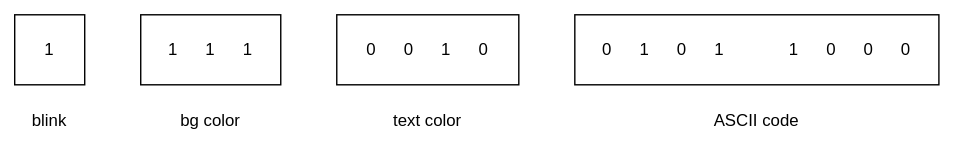
Above: docs/images/vga-text-layout.svg in aarav-anish/ritamOS (draw.io), before the change. Source tidied: cells renumbered, new cells last; positions are measured from the earlier drawing's top-left corner, leaving out a move shared by most shapes.
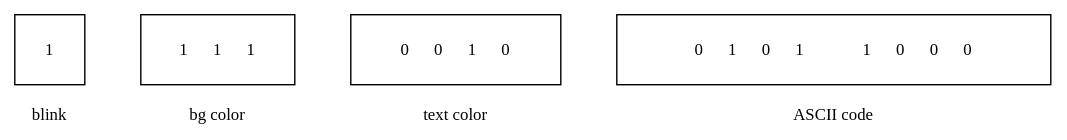
Above is the later version.

Change to the diagram source:
```diff
@@ -2,29 +2,29 @@
   <root>
     <mxCell id="0" />
     <mxCell id="1" parent="0" />
-    <mxCell id="2" value="1" style="whiteSpace=wrap;html=1;" parent="1" vertex="1">
+    <mxCell id="2" value="1" style="whiteSpace=wrap;html=1;fontFamily=Verdana;" parent="1" vertex="1">
       <mxGeometry width="50" height="50" as="geometry" />
     </mxCell>
-    <mxCell id="3" value="1&lt;span style=&quot;white-space: pre;&quot;&gt;&#9;&lt;/span&gt;1&lt;span style=&quot;white-space: pre;&quot;&gt;&#9;&lt;/span&gt;1" style="rounded=0;whiteSpace=wrap;html=1;fontStyle=0;" parent="1" vertex="1">
-      <mxGeometry x="90" width="100" height="50" as="geometry" />
+    <mxCell id="3" value="1&lt;span style=&quot;white-space: pre;&quot;&gt;&#9;&lt;/span&gt;1&lt;span style=&quot;white-space: pre;&quot;&gt;&#9;&lt;/span&gt;1" style="rounded=0;whiteSpace=wrap;html=1;fontStyle=0;fontFamily=Verdana;" parent="1" vertex="1">
+      <mxGeometry x="90" width="110" height="50" as="geometry" />
     </mxCell>
-    <mxCell id="4" value="0&lt;span style=&quot;white-space: pre;&quot;&gt;&#9;&lt;/span&gt;0&lt;span style=&quot;white-space: pre;&quot;&gt;&#9;&lt;/span&gt;1&lt;span style=&quot;white-space: pre;&quot;&gt;&#9;&lt;/span&gt;0" style="rounded=0;whiteSpace=wrap;html=1;fontStyle=0;" parent="1" vertex="1">
-      <mxGeometry x="230" width="130" height="50" as="geometry" />
+    <mxCell id="4" value="0&lt;span style=&quot;white-space: pre;&quot;&gt;&#9;&lt;/span&gt;0&lt;span style=&quot;white-space: pre;&quot;&gt;&#9;&lt;/span&gt;1&lt;span style=&quot;white-space: pre;&quot;&gt;&#9;&lt;/span&gt;0" style="rounded=0;whiteSpace=wrap;html=1;fontStyle=0;fontFamily=Verdana;" parent="1" vertex="1">
+      <mxGeometry x="240" width="150" height="50" as="geometry" />
     </mxCell>
-    <mxCell id="5" value="0&lt;span style=&quot;white-space: pre;&quot;&gt;&#9;&lt;/span&gt;1&lt;span style=&quot;white-space: pre;&quot;&gt;&#9;&lt;/span&gt;0&lt;span style=&quot;white-space: pre;&quot;&gt;&#9;&lt;/span&gt;1&lt;span style=&quot;white-space: pre;&quot;&gt;&#9;&lt;/span&gt;&lt;span style=&quot;white-space: pre;&quot;&gt;&#9;&lt;/span&gt;1&lt;span style=&quot;white-space: pre;&quot;&gt;&#9;&lt;/span&gt;0&lt;span style=&quot;white-space: pre;&quot;&gt;&#9;&lt;/span&gt;0&lt;span style=&quot;white-space: pre;&quot;&gt;&#9;&lt;/span&gt;0" style="rounded=0;whiteSpace=wrap;html=1;fontStyle=0;" parent="1" vertex="1">
-      <mxGeometry x="400" width="260" height="50" as="geometry" />
+    <mxCell id="5" value="0&lt;span style=&quot;white-space: pre;&quot;&gt;&#9;&lt;/span&gt;1&lt;span style=&quot;white-space: pre;&quot;&gt;&#9;&lt;/span&gt;0&lt;span style=&quot;white-space: pre;&quot;&gt;&#9;&lt;/span&gt;1&lt;span style=&quot;white-space: pre;&quot;&gt;&#9;&lt;/span&gt;&lt;span style=&quot;white-space: pre;&quot;&gt;&#9;&lt;/span&gt;1&lt;span style=&quot;white-space: pre;&quot;&gt;&#9;&lt;/span&gt;0&lt;span style=&quot;white-space: pre;&quot;&gt;&#9;&lt;/span&gt;0&lt;span style=&quot;white-space: pre;&quot;&gt;&#9;&lt;/span&gt;0" style="rounded=0;whiteSpace=wrap;html=1;fontStyle=0;fontFamily=Verdana;" parent="1" vertex="1">
+      <mxGeometry x="430" width="310" height="50" as="geometry" />
     </mxCell>
-    <mxCell id="6" value="blink" style="text;html=1;whiteSpace=wrap;strokeColor=none;fillColor=none;align=center;verticalAlign=middle;rounded=0;" parent="1" vertex="1">
-      <mxGeometry y="61" width="50" height="30" as="geometry" />
+    <mxCell id="6" value="blink" style="text;html=1;whiteSpace=wrap;strokeColor=none;fillColor=none;align=center;verticalAlign=middle;rounded=0;fontFamily=Verdana;" parent="1" vertex="1">
+      <mxGeometry y="64" width="50" height="15" as="geometry" />
     </mxCell>
-    <mxCell id="7" value="bg color" style="text;html=1;whiteSpace=wrap;strokeColor=none;fillColor=none;align=center;verticalAlign=middle;rounded=0;" parent="1" vertex="1">
-      <mxGeometry x="90" y="61" width="100" height="30" as="geometry" />
+    <mxCell id="7" value="bg color" style="text;html=1;whiteSpace=wrap;strokeColor=none;fillColor=none;align=center;verticalAlign=middle;rounded=0;fontFamily=Verdana;" parent="1" vertex="1">
+      <mxGeometry x="90" y="64" width="110" height="15" as="geometry" />
     </mxCell>
-    <mxCell id="8" value="text color" style="text;html=1;whiteSpace=wrap;strokeColor=none;fillColor=none;align=center;verticalAlign=middle;rounded=0;" parent="1" vertex="1">
-      <mxGeometry x="230" y="61" width="130" height="30" as="geometry" />
+    <mxCell id="8" value="text color" style="text;html=1;whiteSpace=wrap;strokeColor=none;fillColor=none;align=center;verticalAlign=middle;rounded=0;fontFamily=Verdana;" parent="1" vertex="1">
+      <mxGeometry x="240" y="64" width="150" height="15" as="geometry" />
     </mxCell>
-    <mxCell id="9" value="ASCII code" style="text;html=1;whiteSpace=wrap;strokeColor=none;fillColor=none;align=center;verticalAlign=middle;rounded=0;" parent="1" vertex="1">
-      <mxGeometry x="400" y="61" width="260" height="30" as="geometry" />
+    <mxCell id="9" value="ASCII code" style="text;html=1;whiteSpace=wrap;strokeColor=none;fillColor=none;align=center;verticalAlign=middle;rounded=0;fontFamily=Verdana;" parent="1" vertex="1">
+      <mxGeometry x="430" y="64" width="310" height="15" as="geometry" />
     </mxCell>
   </root>
 </mxGraphModel>
```
